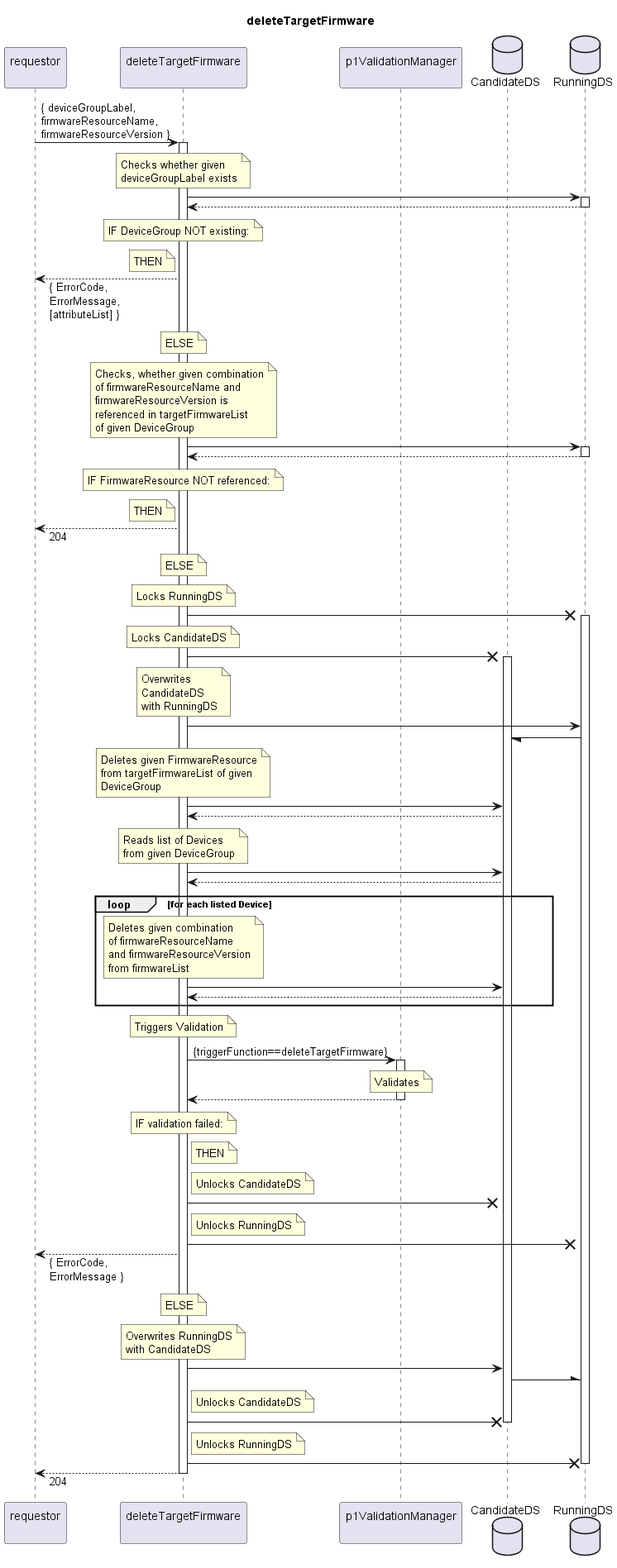
The PlantUML diagram spec/Services/deleteTargetFirmware/1.0.0/deleteTargetFirmware.png in openBackhaul/FirmWareManager, before a commit.
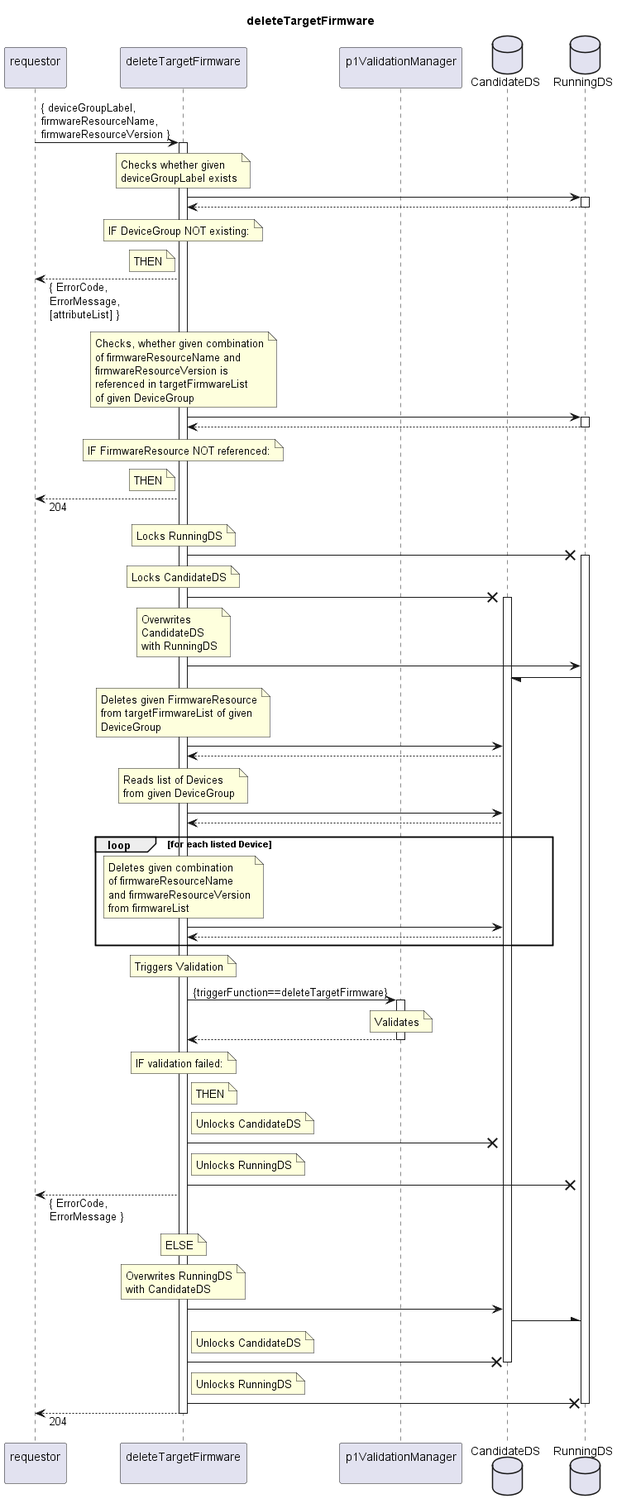
After the change.

Change to the diagram source:
```diff
@@ -29,9 +29,6 @@
     THEN
   end note
   requestor <-- indServ: { ErrorCode,\nErrorMessage,\n[attributeList] }
-  note over indServ
-    ELSE
-  end note
 
   note over indServ
     Checks, whether given combination
@@ -51,9 +48,6 @@
     THEN
   end note
   requestor <-- indServ: 204
-  note over indServ
-    ELSE
-  end note
 
   note over indServ
     Locks RunningDS
```
